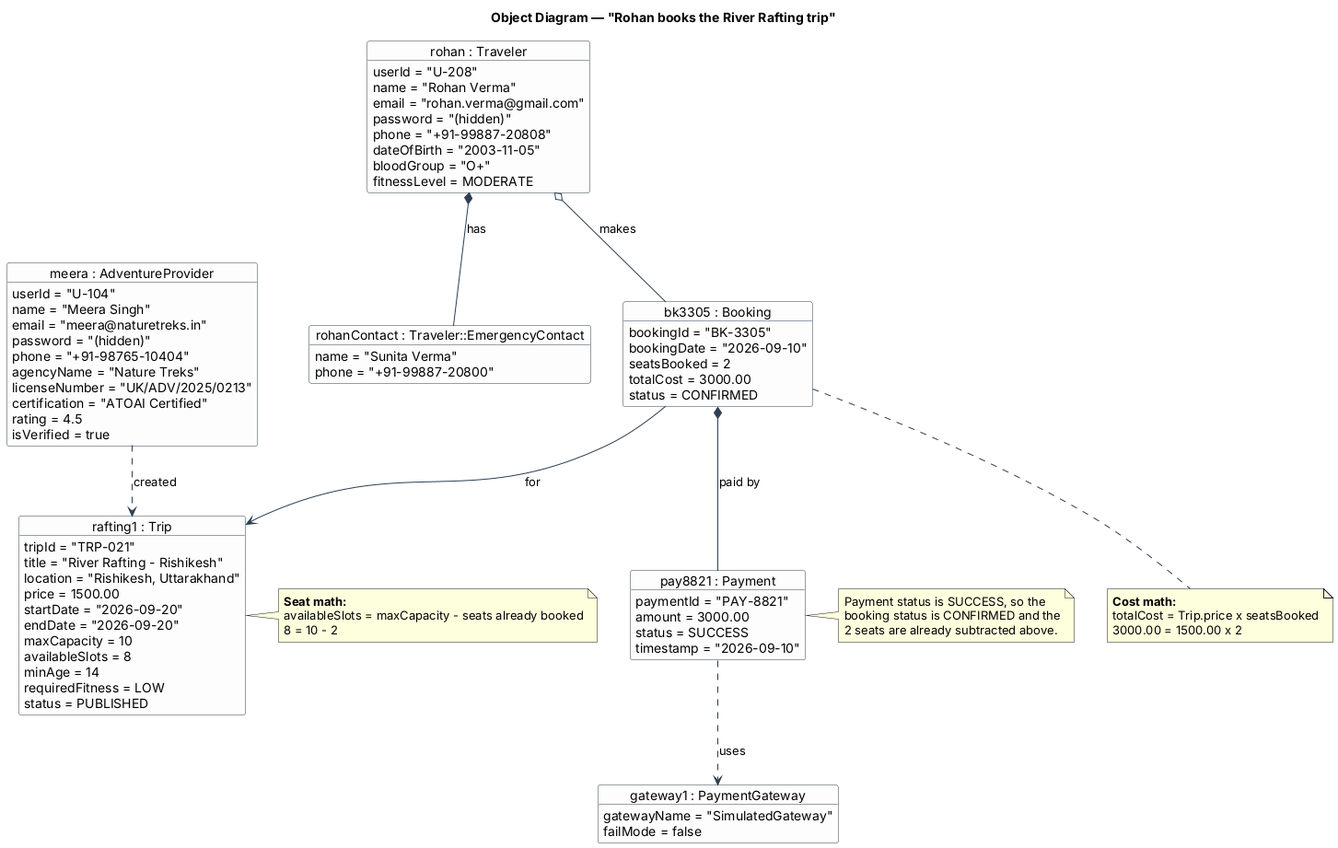
This is docs/object-diagram.png from sakshamagrawalcode-cpu/adventure-booking-system, a PlantUML export, as it was before one commit.
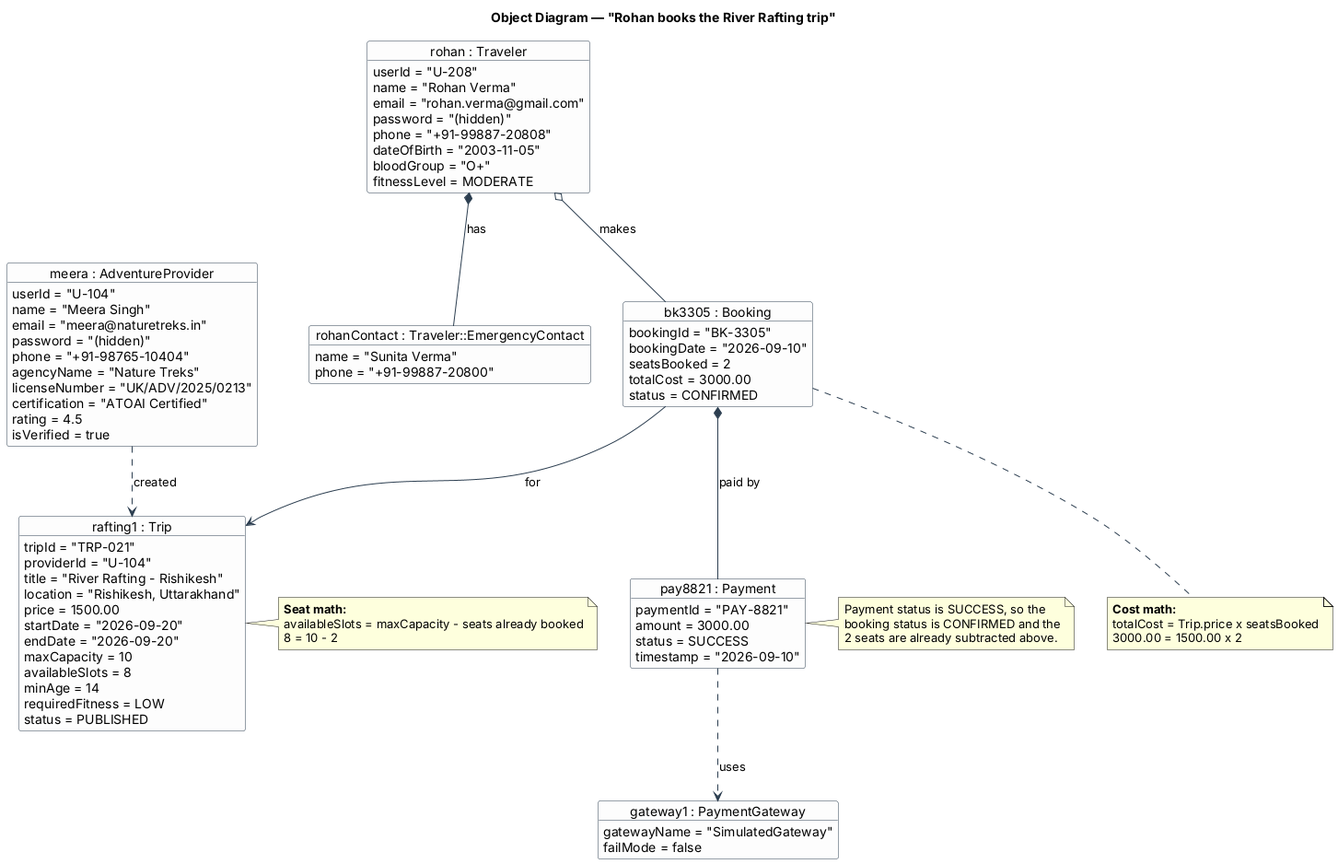
After the commit.

What changed in the source:
```diff
@@ -24,6 +24,7 @@
 
 object "rafting1 : Trip" as trip1 {
   tripId = "TRP-021"
+  providerId = "U-104"
   title = "River Rafting - Rishikesh"
   location = "Rishikesh, Uttarakhand"
   price = 1500.00
```
